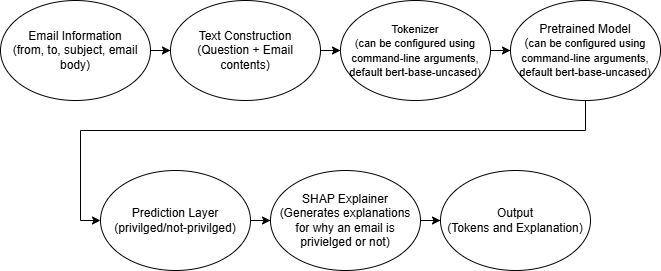
Earlier version of the draw.io export ModelDiagram.drawio.png (breburd/NLP_Final_Project). Source tidied: cells renumbered, new cells last; positions are measured from the earlier drawing's top-left corner, leaving out a move shared by most shapes.
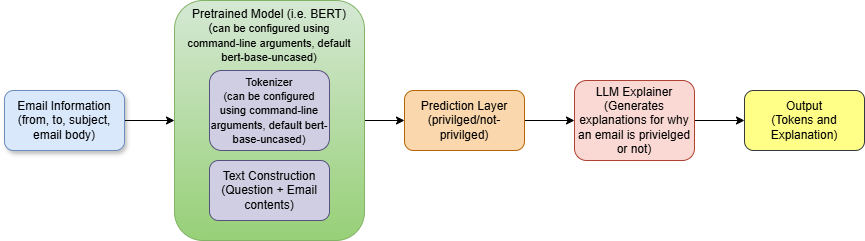
Above is the later version.

Change to the diagram source:
```diff
@@ -2,50 +2,41 @@
   <root>
     <mxCell id="0" />
     <mxCell id="1" parent="0" />
-    <mxCell id="2" style="edgeStyle=orthogonalEdgeStyle;rounded=0;jettySize=auto;html=1;" parent="1" edge="1" source="3" target="5">
-      <mxGeometry relative="1" as="geometry" />
-    </mxCell>
+    <mxCell id="15" style="edgeStyle=orthogonalEdgeStyle;rounded=0;jettySize=auto;html=1;" parent="1" edge="1" source="16" target="11">
+      <mxGeometry relative="1" as="geometry" />
+    </mxCell>
+    <mxCell id="16" value="&lt;div&gt;&lt;/div&gt;" style="rounded=1;whiteSpace=wrap;html=1;fillColor=#d5e8d4;strokeColor=#82b366;gradientColor=#97d077;" parent="1" vertex="1">
+      <mxGeometry x="110" y="410" width="190" height="240" as="geometry" />
+    </mxCell>
+    <mxCell id="17" style="edgeStyle=orthogonalEdgeStyle;rounded=0;jettySize=auto;html=1;entryX=0;entryY=0.5;entryDx=0;entryDy=0;" parent="1" edge="1" source="3" target="16">
+      <mxGeometry relative="1" as="geometry" />
+    </mxCell>
-    <mxCell id="3" value="Email Information&lt;br&gt;(from, to, subject, email body)" style="ellipse;whiteSpace=wrap;html=1;" parent="1" vertex="1">
-      <mxGeometry width="150" height="100" as="geometry" />
+    <mxCell id="3" value="Email Information&lt;br&gt;(from, to, subject, email body)" style="rounded=1;whiteSpace=wrap;html=1;fillColor=#dae8fc;strokeColor=#6c8ebf;shadow=1;" parent="1" vertex="1">
+      <mxGeometry x="-60" y="500" width="120" height="60" as="geometry" />
     </mxCell>
-    <mxCell id="4" style="edgeStyle=orthogonalEdgeStyle;rounded=0;jettySize=auto;html=1;" parent="1" edge="1" source="5" target="7">
-      <mxGeometry relative="1" as="geometry" />
-    </mxCell>
-    <mxCell id="5" value="Text Construction&lt;br&gt;(Question + Email contents)" style="ellipse;whiteSpace=wrap;html=1;" parent="1" vertex="1">
-      <mxGeometry x="170" width="150" height="100" as="geometry" />
+    <mxCell id="5" value="Text Construction&lt;br&gt;(Question + Email contents)" style="rounded=1;whiteSpace=wrap;html=1;fillColor=#d0cee2;strokeColor=#56517e;" parent="1" vertex="1">
+      <mxGeometry x="145" y="570" width="120" height="60" as="geometry" />
     </mxCell>
-    <mxCell id="6" style="edgeStyle=orthogonalEdgeStyle;rounded=0;jettySize=auto;html=1;" parent="1" edge="1" source="7" target="9">
-      <mxGeometry relative="1" as="geometry" />
-    </mxCell>
-    <mxCell id="7" value="&lt;span&gt;&lt;font face=&quot;Helvetica&quot; style=&quot;font-size: 11px;&quot;&gt;Tokenizer&lt;br&gt;(can be configured using command-line arguments, default bert-base-uncased)&lt;/font&gt;&lt;/span&gt;" style="ellipse;whiteSpace=wrap;html=1;" parent="1" vertex="1">
-      <mxGeometry x="340" width="150" height="100" as="geometry" />
+    <mxCell id="7" value="&lt;span style=&quot;font-size: 11px;&quot;&gt;Tokenizer&lt;/span&gt;&lt;br style=&quot;font-size: 11px;&quot;&gt;&lt;span style=&quot;font-size: 11px;&quot;&gt;(can be configured using command-line arguments, default bert-base-uncased)&lt;/span&gt;" style="rounded=1;whiteSpace=wrap;html=1;fillColor=#d0cee2;strokeColor=#56517e;" parent="1" vertex="1">
+      <mxGeometry x="145" y="480" width="120" height="80" as="geometry" />
     </mxCell>
-    <mxCell id="8" style="edgeStyle=orthogonalEdgeStyle;rounded=0;jettySize=auto;html=1;entryX=0;entryY=0.5;entryDx=0;entryDy=0;" parent="1" edge="1" source="9" target="11">
-      <mxGeometry relative="1" as="geometry">
-        <Array as="points">
-          <mxPoint x="585" y="130" />
-          <mxPoint x="80" y="130" />
-          <mxPoint x="80" y="220" />
-        </Array>
-      </mxGeometry>
-    </mxCell>
-    <mxCell id="9" value="Pretrained Model&lt;br&gt;(&lt;span style=&quot;font-size: 11px;&quot;&gt;can be configured using command-line arguments, default bert-base-uncased)&lt;/span&gt;" style="ellipse;whiteSpace=wrap;html=1;" parent="1" vertex="1">
-      <mxGeometry x="510" width="150" height="100" as="geometry" />
-    </mxCell>
-    <mxCell id="10" style="edgeStyle=orthogonalEdgeStyle;rounded=0;jettySize=auto;html=1;" parent="1" edge="1" source="11" target="13">
-      <mxGeometry relative="1" as="geometry" />
-    </mxCell>
+    <mxCell id="18" style="edgeStyle=orthogonalEdgeStyle;rounded=0;jettySize=auto;html=1;" parent="1" edge="1" source="11" target="20">
+      <mxGeometry relative="1" as="geometry" />
+    </mxCell>
-    <mxCell id="11" value="Prediction Layer&lt;br&gt;(privilged/not-privilged)" style="ellipse;whiteSpace=wrap;html=1;" parent="1" vertex="1">
-      <mxGeometry x="100" y="170" width="150" height="100" as="geometry" />
+    <mxCell id="11" value="Prediction Layer&lt;br&gt;(privilged/not-privilged)" style="rounded=1;whiteSpace=wrap;html=1;fillColor=#fad7ac;strokeColor=#b46504;" parent="1" vertex="1">
+      <mxGeometry x="340" y="500" width="120" height="60" as="geometry" />
     </mxCell>
-    <mxCell id="12" style="edgeStyle=orthogonalEdgeStyle;rounded=0;jettySize=auto;html=1;" parent="1" edge="1" source="13" target="14">
-      <mxGeometry relative="1" as="geometry" />
-    </mxCell>
-    <mxCell id="13" value="SHAP Explainer&lt;br&gt;(Generates explanations for why an email is privielged or not)" style="ellipse;whiteSpace=wrap;html=1;" parent="1" vertex="1">
-      <mxGeometry x="270" y="170" width="150" height="100" as="geometry" />
-    </mxCell>
+    <mxCell id="19" style="edgeStyle=orthogonalEdgeStyle;rounded=0;jettySize=auto;html=1;" parent="1" edge="1" source="20" target="14">
+      <mxGeometry relative="1" as="geometry" />
+    </mxCell>
+    <mxCell id="20" value="LLM Explainer&lt;br&gt;(Generates explanations for why an email is privielged or not)" style="rounded=1;whiteSpace=wrap;html=1;fillColor=#fad9d5;strokeColor=#ae4132;" parent="1" vertex="1">
+      <mxGeometry x="510" y="490" width="120" height="80" as="geometry" />
+    </mxCell>
-    <mxCell id="14" value="Output&lt;br&gt;(Tokens and Explanation)" style="ellipse;whiteSpace=wrap;html=1;" parent="1" vertex="1">
-      <mxGeometry x="440" y="170" width="150" height="100" as="geometry" />
+    <mxCell id="14" value="Output&lt;br&gt;(Tokens and Explanation)" style="rounded=1;whiteSpace=wrap;html=1;fillColor=#ffff88;strokeColor=#36393d;" parent="1" vertex="1">
+      <mxGeometry x="680" y="500" width="120" height="60" as="geometry" />
     </mxCell>
+    <mxCell id="21" value="Pretrained Model (i.e. BERT)&lt;br&gt;(&lt;span style=&quot;font-size: 11px;&quot;&gt;can be configured using command-line arguments, default bert-base-uncased)&lt;/span&gt;" style="text;html=1;whiteSpace=wrap;strokeColor=none;fillColor=none;align=center;verticalAlign=middle;rounded=0;" parent="1" vertex="1">
+      <mxGeometry x="120" y="430" width="170" height="30" as="geometry" />
+    </mxCell>
   </root>
 </mxGraphModel>
```
